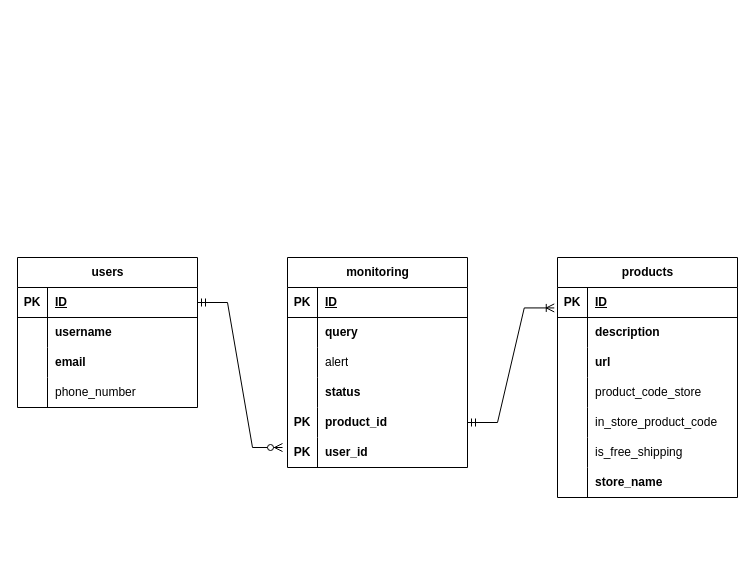
The draw.io diagram requirements/diagrams/database/product_monitoring.drawio in RenatoValentim/product_monitoring, before the edit. Source tidied: cells renumbered, new cells numbered last; positions are measured from the earlier drawing's top-left corner, leaving out a move shared by most shapes. Both pictures are drawn from the tidied source at 100%, with x=0, y=0 at pixel (17, 257).
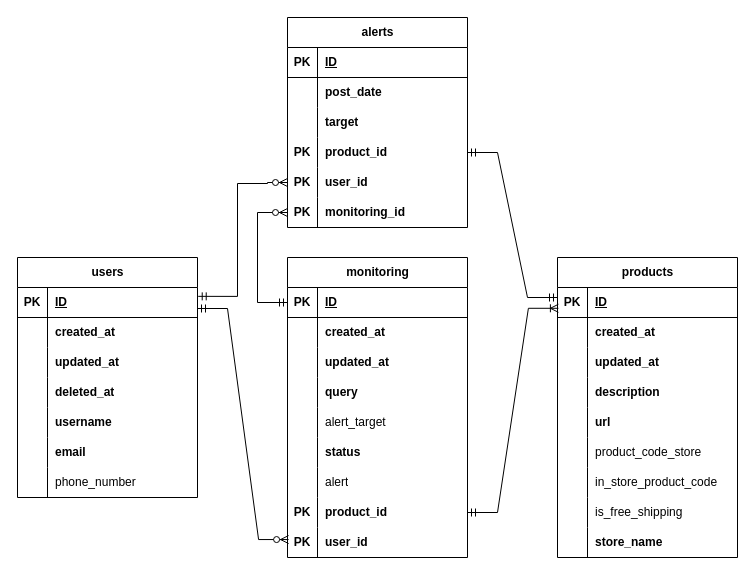
The same diagram, later.

Commit message:
docs: update database diagrams

The change refers to these unchanged cells:
```xml
<mxCell id="3" style="shape=tableRow;horizontal=0;startSize=0;swimlaneHead=0;swimlaneBody=0;fillColor=none;points=[[0,0.5],[1,0.5]];portConstraint=eastwest;top=0;left=0;right=0;bottom=1;" parent="2" vertex="1">
  <mxGeometry y="30" width="180" height="30" as="geometry" />
</mxCell>
<mxCell id="6" style="shape=tableRow;horizontal=0;startSize=0;swimlaneHead=0;swimlaneBody=0;fillColor=none;top=0;left=0;right=0;bottom=0;" parent="2" vertex="1">
  <mxGeometry y="60" width="180" height="30" as="geometry" />
</mxCell>
<mxCell id="16" style="shape=tableRow;horizontal=0;startSize=0;swimlaneHead=0;swimlaneBody=0;fillColor=none;points=[[0,0.5],[1,0.5]];portConstraint=eastwest;top=0;left=0;right=0;bottom=1;" parent="15" vertex="1">
  <mxGeometry y="30" width="180" height="30" as="geometry" />
</mxCell>
<mxCell id="19" style="shape=tableRow;horizontal=0;startSize=0;swimlaneHead=0;swimlaneBody=0;fillColor=none;top=0;left=0;right=0;bottom=0;" parent="15" vertex="1">
  <mxGeometry y="60" width="180" height="30" as="geometry" />
</mxCell>
<mxCell id="36" style="shape=tableRow;horizontal=0;startSize=0;swimlaneHead=0;swimlaneBody=0;fillColor=none;points=[[0,0.5],[1,0.5]];portConstraint=eastwest;top=0;left=0;right=0;bottom=1;" parent="35" vertex="1">
  <mxGeometry y="30" width="180" height="30" as="geometry" />
</mxCell>
<mxCell id="39" style="shape=tableRow;horizontal=0;startSize=0;swimlaneHead=0;swimlaneBody=0;fillColor=none;top=0;left=0;right=0;bottom=0;" parent="35" vertex="1">
  <mxGeometry y="60" width="180" height="30" as="geometry" />
</mxCell>
```

Change to the diagram source:
```diff
@@
     <mxCell id="2" value="users" style="shape=table;startSize=30;childLayout=tableLayout;rowLines=0;fontStyle=1;align=center;html=1;" parent="1" vertex="1">
-      <mxGeometry width="180" height="150" as="geometry" />
+      <mxGeometry width="180" height="240" as="geometry" />
     </mxCell>
@@
-    <mxCell id="8" value="username" style="shape=partialRectangle;fillColor=none;top=0;left=0;bottom=0;right=0;align=left;spacingLeft=6;overflow=hidden;whiteSpace=wrap;html=1;fontStyle=1;" parent="6" vertex="1">
+    <mxCell id="8" value="created_at" style="shape=partialRectangle;fillColor=none;top=0;left=0;bottom=0;right=0;align=left;spacingLeft=6;overflow=hidden;whiteSpace=wrap;html=1;fontStyle=1;" parent="6" vertex="1">
       <mxGeometry x="30" width="150" height="30" as="geometry" />
     </mxCell>
+    <mxCell id="58" style="shape=tableRow;horizontal=0;startSize=0;swimlaneHead=0;swimlaneBody=0;fillColor=none;top=0;left=0;right=0;bottom=0;" parent="2" vertex="1">
+      <mxGeometry y="90" width="180" height="30" as="geometry" />
+    </mxCell>
+    <mxCell id="59" style="shape=partialRectangle;fillColor=none;top=0;left=0;bottom=0;right=0;overflow=hidden;whiteSpace=wrap;html=1;" parent="58" vertex="1">
+      <mxGeometry width="30" height="30" as="geometry" />
+    </mxCell>
+    <mxCell id="60" value="updated_at" style="shape=partialRectangle;fillColor=none;top=0;left=0;bottom=0;right=0;align=left;spacingLeft=6;overflow=hidden;whiteSpace=wrap;html=1;fontStyle=1;" parent="58" vertex="1">
+      <mxGeometry x="30" width="150" height="30" as="geometry" />
+    </mxCell>
+    <mxCell id="61" style="shape=tableRow;horizontal=0;startSize=0;swimlaneHead=0;swimlaneBody=0;fillColor=none;top=0;left=0;right=0;bottom=0;" parent="2" vertex="1">
+      <mxGeometry y="120" width="180" height="30" as="geometry" />
+    </mxCell>
+    <mxCell id="62" style="shape=partialRectangle;fillColor=none;top=0;left=0;bottom=0;right=0;overflow=hidden;whiteSpace=wrap;html=1;" parent="61" vertex="1">
+      <mxGeometry width="30" height="30" as="geometry" />
+    </mxCell>
+    <mxCell id="63" value="deleted_at" style="shape=partialRectangle;fillColor=none;top=0;left=0;bottom=0;right=0;align=left;spacingLeft=6;overflow=hidden;whiteSpace=wrap;html=1;fontStyle=1;" parent="61" vertex="1">
+      <mxGeometry x="30" width="150" height="30" as="geometry" />
+    </mxCell>
+    <mxCell id="64" style="shape=tableRow;horizontal=0;startSize=0;swimlaneHead=0;swimlaneBody=0;fillColor=none;top=0;left=0;right=0;bottom=0;" parent="2" vertex="1">
+      <mxGeometry y="150" width="180" height="30" as="geometry" />
+    </mxCell>
+    <mxCell id="65" style="shape=partialRectangle;fillColor=none;top=0;left=0;bottom=0;right=0;overflow=hidden;whiteSpace=wrap;html=1;" parent="64" vertex="1">
+      <mxGeometry width="30" height="30" as="geometry" />
+    </mxCell>
+    <mxCell id="66" value="username" style="shape=partialRectangle;fillColor=none;top=0;left=0;bottom=0;right=0;align=left;spacingLeft=6;overflow=hidden;whiteSpace=wrap;html=1;fontStyle=1;" parent="64" vertex="1">
+      <mxGeometry x="30" width="150" height="30" as="geometry" />
+    </mxCell>
     <mxCell id="9" style="shape=tableRow;horizontal=0;startSize=0;swimlaneHead=0;swimlaneBody=0;fillColor=none;top=0;left=0;right=0;bottom=0;fontStyle=0;" parent="2" vertex="1">
-      <mxGeometry y="90" width="180" height="30" as="geometry" />
+      <mxGeometry y="180" width="180" height="30" as="geometry" />
     </mxCell>
@@
     <mxCell id="12" style="shape=tableRow;horizontal=0;startSize=0;swimlaneHead=0;swimlaneBody=0;fillColor=none;top=0;left=0;right=0;bottom=0;" parent="2" vertex="1">
-      <mxGeometry y="120" width="180" height="30" as="geometry" />
+      <mxGeometry y="210" width="180" height="30" as="geometry" />
     </mxCell>
@@
     <mxCell id="15" value="monitoring" style="shape=table;startSize=30;childLayout=tableLayout;rowLines=0;fontStyle=1;align=center;html=1;" parent="1" vertex="1">
-      <mxGeometry x="270" width="180" height="210" as="geometry" />
+      <mxGeometry x="270" width="180" height="300" as="geometry" />
     </mxCell>
@@
-    <mxCell id="21" value="query" style="shape=partialRectangle;fillColor=none;top=0;left=0;bottom=0;right=0;align=left;spacingLeft=6;overflow=hidden;whiteSpace=wrap;html=1;fontStyle=1;" parent="19" vertex="1">
+    <mxCell id="21" value="created_at" style="shape=partialRectangle;fillColor=none;top=0;left=0;bottom=0;right=0;align=left;spacingLeft=6;overflow=hidden;whiteSpace=wrap;html=1;fontStyle=1;" parent="19" vertex="1">
       <mxGeometry x="30" width="150" height="30" as="geometry" />
     </mxCell>
+    <mxCell id="67" style="shape=tableRow;horizontal=0;startSize=0;swimlaneHead=0;swimlaneBody=0;fillColor=none;top=0;left=0;right=0;bottom=0;" parent="15" vertex="1">
+      <mxGeometry y="90" width="180" height="30" as="geometry" />
+    </mxCell>
+    <mxCell id="68" style="shape=partialRectangle;fillColor=none;top=0;left=0;bottom=0;right=0;overflow=hidden;whiteSpace=wrap;html=1;" parent="67" vertex="1">
+      <mxGeometry width="30" height="30" as="geometry" />
+    </mxCell>
+    <mxCell id="69" value="updated_at" style="shape=partialRectangle;fillColor=none;top=0;left=0;bottom=0;right=0;align=left;spacingLeft=6;overflow=hidden;whiteSpace=wrap;html=1;fontStyle=1;" parent="67" vertex="1">
+      <mxGeometry x="30" width="150" height="30" as="geometry" />
+    </mxCell>
+    <mxCell id="70" style="shape=tableRow;horizontal=0;startSize=0;swimlaneHead=0;swimlaneBody=0;fillColor=none;top=0;left=0;right=0;bottom=0;" parent="15" vertex="1">
+      <mxGeometry y="120" width="180" height="30" as="geometry" />
+    </mxCell>
+    <mxCell id="71" style="shape=partialRectangle;fillColor=none;top=0;left=0;bottom=0;right=0;overflow=hidden;whiteSpace=wrap;html=1;" parent="70" vertex="1">
+      <mxGeometry width="30" height="30" as="geometry" />
+    </mxCell>
+    <mxCell id="72" value="query" style="shape=partialRectangle;fillColor=none;top=0;left=0;bottom=0;right=0;align=left;spacingLeft=6;overflow=hidden;whiteSpace=wrap;html=1;fontStyle=1;" parent="70" vertex="1">
+      <mxGeometry x="30" width="150" height="30" as="geometry" />
+    </mxCell>
     <mxCell id="22" style="shape=tableRow;horizontal=0;startSize=0;swimlaneHead=0;swimlaneBody=0;fillColor=none;top=0;left=0;right=0;bottom=0;fontStyle=0;" parent="15" vertex="1">
-      <mxGeometry y="90" width="180" height="30" as="geometry" />
+      <mxGeometry y="150" width="180" height="30" as="geometry" />
     </mxCell>
@@
-    <mxCell id="24" value="alert" style="shape=partialRectangle;fillColor=none;top=0;left=0;bottom=0;right=0;align=left;spacingLeft=6;overflow=hidden;whiteSpace=wrap;html=1;fontStyle=0;" parent="22" vertex="1">
+    <mxCell id="24" value="alert_target" style="shape=partialRectangle;fillColor=none;top=0;left=0;bottom=0;right=0;align=left;spacingLeft=6;overflow=hidden;whiteSpace=wrap;html=1;fontStyle=0;" parent="22" vertex="1">
       <mxGeometry x="30" width="150" height="30" as="geometry" />
     </mxCell>
     <mxCell id="25" style="shape=tableRow;horizontal=0;startSize=0;swimlaneHead=0;swimlaneBody=0;fillColor=none;top=0;left=0;right=0;bottom=0;" parent="15" vertex="1">
-      <mxGeometry y="120" width="180" height="30" as="geometry" />
+      <mxGeometry y="180" width="180" height="30" as="geometry" />
     </mxCell>
@@
+    <mxCell id="73" style="shape=tableRow;horizontal=0;startSize=0;swimlaneHead=0;swimlaneBody=0;fillColor=none;top=0;left=0;right=0;bottom=0;" parent="15" vertex="1">
+      <mxGeometry y="210" width="180" height="30" as="geometry" />
+    </mxCell>
+    <mxCell id="74" style="shape=partialRectangle;fillColor=none;top=0;left=0;bottom=0;right=0;overflow=hidden;whiteSpace=wrap;html=1;" parent="73" vertex="1">
+      <mxGeometry width="30" height="30" as="geometry" />
+    </mxCell>
+    <mxCell id="75" value="&lt;span&gt;alert&lt;/span&gt;" style="shape=partialRectangle;fillColor=none;top=0;left=0;bottom=0;right=0;align=left;spacingLeft=6;overflow=hidden;whiteSpace=wrap;html=1;fontStyle=0;" parent="73" vertex="1">
+      <mxGeometry x="30" width="150" height="30" as="geometry" />
+    </mxCell>
     <mxCell id="28" style="shape=tableRow;horizontal=0;startSize=0;swimlaneHead=0;swimlaneBody=0;fillColor=none;points=[[0,0.5],[1,0.5]];portConstraint=eastwest;top=0;left=0;right=0;bottom=0;" parent="15" vertex="1">
-      <mxGeometry y="150" width="180" height="30" as="geometry" />
+      <mxGeometry y="240" width="180" height="30" as="geometry" />
     </mxCell>
@@
     <mxCell id="31" style="shape=tableRow;horizontal=0;startSize=0;swimlaneHead=0;swimlaneBody=0;fillColor=none;points=[[0,0.5],[1,0.5]];portConstraint=eastwest;top=0;left=0;right=0;bottom=0;" parent="15" vertex="1">
-      <mxGeometry y="180" width="180" height="30" as="geometry" />
+      <mxGeometry y="270" width="180" height="30" as="geometry" />
     </mxCell>
@@
-    <mxCell id="34" style="edgeStyle=entityRelationEdgeStyle;fontSize=12;html=1;endArrow=ERzeroToMany;startArrow=ERmandOne;rounded=0;exitX=1;exitY=0.5;exitDx=0;exitDy=0;" parent="1" edge="1" source="3">
+    <mxCell id="34" style="edgeStyle=entityRelationEdgeStyle;fontSize=12;html=1;endArrow=ERzeroToMany;startArrow=ERmandOne;rounded=0;entryX=0.006;entryY=0.402;entryDx=0;entryDy=0;entryPerimeter=0;" parent="1" edge="1" target="31">
       <mxGeometry relative="1" as="geometry">
-        <mxPoint x="265" y="190" as="targetPoint" />
+        <mxPoint x="180" y="51" as="sourcePoint" />
       </mxGeometry>
     </mxCell>
     <mxCell id="35" value="products" style="shape=table;startSize=30;childLayout=tableLayout;rowLines=0;fontStyle=1;align=center;html=1;" parent="1" vertex="1">
-      <mxGeometry x="540" width="180" height="240" as="geometry" />
+      <mxGeometry x="540" width="180" height="300" as="geometry" />
     </mxCell>
@@
-    <mxCell id="41" value="description" style="shape=partialRectangle;fillColor=none;top=0;left=0;bottom=0;right=0;align=left;spacingLeft=6;overflow=hidden;whiteSpace=wrap;html=1;fontStyle=1;" parent="39" vertex="1">
+    <mxCell id="41" value="created_at" style="shape=partialRectangle;fillColor=none;top=0;left=0;bottom=0;right=0;align=left;spacingLeft=6;overflow=hidden;whiteSpace=wrap;html=1;fontStyle=1;" parent="39" vertex="1">
       <mxGeometry x="30" width="150" height="30" as="geometry" />
     </mxCell>
+    <mxCell id="76" style="shape=tableRow;horizontal=0;startSize=0;swimlaneHead=0;swimlaneBody=0;fillColor=none;top=0;left=0;right=0;bottom=0;" parent="35" vertex="1">
+      <mxGeometry y="90" width="180" height="30" as="geometry" />
+    </mxCell>
+    <mxCell id="77" style="shape=partialRectangle;fillColor=none;top=0;left=0;bottom=0;right=0;overflow=hidden;whiteSpace=wrap;html=1;" parent="76" vertex="1">
+      <mxGeometry width="30" height="30" as="geometry" />
+    </mxCell>
+    <mxCell id="78" value="updated_at" style="shape=partialRectangle;fillColor=none;top=0;left=0;bottom=0;right=0;align=left;spacingLeft=6;overflow=hidden;whiteSpace=wrap;html=1;fontStyle=1;" parent="76" vertex="1">
+      <mxGeometry x="30" width="150" height="30" as="geometry" />
+    </mxCell>
+    <mxCell id="79" style="shape=tableRow;horizontal=0;startSize=0;swimlaneHead=0;swimlaneBody=0;fillColor=none;top=0;left=0;right=0;bottom=0;" parent="35" vertex="1">
+      <mxGeometry y="120" width="180" height="30" as="geometry" />
+    </mxCell>
+    <mxCell id="80" style="shape=partialRectangle;fillColor=none;top=0;left=0;bottom=0;right=0;overflow=hidden;whiteSpace=wrap;html=1;" parent="79" vertex="1">
+      <mxGeometry width="30" height="30" as="geometry" />
+    </mxCell>
+    <mxCell id="81" value="description" style="shape=partialRectangle;fillColor=none;top=0;left=0;bottom=0;right=0;align=left;spacingLeft=6;overflow=hidden;whiteSpace=wrap;html=1;fontStyle=1;" parent="79" vertex="1">
+      <mxGeometry x="30" width="150" height="30" as="geometry" />
+    </mxCell>
     <mxCell id="42" style="shape=tableRow;horizontal=0;startSize=0;swimlaneHead=0;swimlaneBody=0;fillColor=none;top=0;left=0;right=0;bottom=0;fontStyle=0;" parent="35" vertex="1">
-      <mxGeometry y="90" width="180" height="30" as="geometry" />
+      <mxGeometry y="150" width="180" height="30" as="geometry" />
     </mxCell>
@@
     <mxCell id="45" style="shape=tableRow;horizontal=0;startSize=0;swimlaneHead=0;swimlaneBody=0;fillColor=none;top=0;left=0;right=0;bottom=0;" parent="35" vertex="1">
-      <mxGeometry y="120" width="180" height="30" as="geometry" />
+      <mxGeometry y="180" width="180" height="30" as="geometry" />
     </mxCell>
@@
     <mxCell id="48" style="shape=tableRow;horizontal=0;startSize=0;swimlaneHead=0;swimlaneBody=0;fillColor=none;top=0;left=0;right=0;bottom=0;" parent="35" vertex="1">
-      <mxGeometry y="150" width="180" height="30" as="geometry" />
+      <mxGeometry y="210" width="180" height="30" as="geometry" />
     </mxCell>
@@
     <mxCell id="51" style="shape=tableRow;horizontal=0;startSize=0;swimlaneHead=0;swimlaneBody=0;fillColor=none;top=0;left=0;right=0;bottom=0;" parent="35" vertex="1">
-      <mxGeometry y="180" width="180" height="30" as="geometry" />
+      <mxGeometry y="240" width="180" height="30" as="geometry" />
     </mxCell>
@@
     <mxCell id="54" style="shape=tableRow;horizontal=0;startSize=0;swimlaneHead=0;swimlaneBody=0;fillColor=none;top=0;left=0;right=0;bottom=0;" parent="35" vertex="1">
-      <mxGeometry y="210" width="180" height="30" as="geometry" />
+      <mxGeometry y="270" width="180" height="30" as="geometry" />
     </mxCell>
@@
-    <mxCell id="57" style="edgeStyle=entityRelationEdgeStyle;fontSize=12;html=1;endArrow=ERoneToMany;startArrow=ERmandOne;rounded=0;entryX=-0.018;entryY=0.681;entryDx=0;entryDy=0;entryPerimeter=0;exitX=1;exitY=0.5;exitDx=0;exitDy=0;" parent="1" edge="1" source="28" target="36">
+    <mxCell id="57" style="edgeStyle=entityRelationEdgeStyle;fontSize=12;html=1;endArrow=ERoneToMany;startArrow=ERmandOne;rounded=0;exitX=1;exitY=0.5;exitDx=0;exitDy=0;entryX=0.005;entryY=0.693;entryDx=0;entryDy=0;entryPerimeter=0;" parent="1" edge="1" source="28" target="36">
       <mxGeometry relative="1" as="geometry" />
     </mxCell>
+    <mxCell id="82" value="alerts" style="shape=table;startSize=30;childLayout=tableLayout;rowLines=0;fontStyle=1;align=center;html=1;" parent="1" vertex="1">
+      <mxGeometry x="270" y="-240" width="180" height="210" as="geometry" />
+    </mxCell>
+    <mxCell id="83" style="shape=tableRow;horizontal=0;startSize=0;swimlaneHead=0;swimlaneBody=0;fillColor=none;top=0;left=0;right=0;bottom=1;" parent="82" vertex="1">
+      <mxGeometry y="30" width="180" height="30" as="geometry" />
+    </mxCell>
+    <mxCell id="84" value="PK" style="shape=partialRectangle;fillColor=none;top=0;left=0;bottom=0;right=0;fontStyle=1;overflow=hidden;whiteSpace=wrap;html=1;" parent="83" vertex="1">
+      <mxGeometry width="30" height="30" as="geometry" />
+    </mxCell>
+    <mxCell id="85" value="ID" style="shape=partialRectangle;fillColor=none;top=0;left=0;bottom=0;right=0;align=left;spacingLeft=6;fontStyle=5;overflow=hidden;whiteSpace=wrap;html=1;" parent="83" vertex="1">
+      <mxGeometry x="30" width="150" height="30" as="geometry" />
+    </mxCell>
+    <mxCell id="86" style="shape=tableRow;horizontal=0;startSize=0;swimlaneHead=0;swimlaneBody=0;fillColor=none;top=0;left=0;right=0;bottom=0;" parent="82" vertex="1">
+      <mxGeometry y="60" width="180" height="30" as="geometry" />
+    </mxCell>
+    <mxCell id="87" style="shape=partialRectangle;fillColor=none;top=0;left=0;bottom=0;right=0;overflow=hidden;whiteSpace=wrap;html=1;fontStyle=1;" parent="86" vertex="1">
+      <mxGeometry width="30" height="30" as="geometry" />
+    </mxCell>
+    <mxCell id="88" value="&lt;b&gt;post_date&lt;/b&gt;" style="shape=partialRectangle;fillColor=none;top=0;left=0;bottom=0;right=0;align=left;spacingLeft=6;overflow=hidden;whiteSpace=wrap;html=1;" parent="86" vertex="1">
+      <mxGeometry x="30" width="150" height="30" as="geometry" />
+    </mxCell>
+    <mxCell id="89" style="shape=tableRow;horizontal=0;startSize=0;swimlaneHead=0;swimlaneBody=0;fillColor=none;top=0;left=0;right=0;bottom=0;" parent="82" vertex="1">
+      <mxGeometry y="90" width="180" height="30" as="geometry" />
+    </mxCell>
+    <mxCell id="90" style="shape=partialRectangle;fillColor=none;top=0;left=0;bottom=0;right=0;overflow=hidden;whiteSpace=wrap;html=1;fontStyle=1;" parent="89" vertex="1">
+      <mxGeometry width="30" height="30" as="geometry" />
+    </mxCell>
+    <mxCell id="91" value="&lt;b&gt;target&lt;/b&gt;" style="shape=partialRectangle;fillColor=none;top=0;left=0;bottom=0;right=0;align=left;spacingLeft=6;overflow=hidden;whiteSpace=wrap;html=1;" parent="89" vertex="1">
+      <mxGeometry x="30" width="150" height="30" as="geometry" />
+    </mxCell>
+    <mxCell id="92" style="shape=tableRow;horizontal=0;startSize=0;swimlaneHead=0;swimlaneBody=0;fillColor=none;points=[[0,0.5],[1,0.5]];portConstraint=eastwest;top=0;left=0;right=0;bottom=0;" parent="82" vertex="1">
+      <mxGeometry y="120" width="180" height="30" as="geometry" />
+    </mxCell>
+    <mxCell id="93" value="PK" style="shape=partialRectangle;fillColor=none;top=0;left=0;bottom=0;right=0;overflow=hidden;whiteSpace=wrap;html=1;fontStyle=1;" parent="92" vertex="1">
+      <mxGeometry width="30" height="30" as="geometry" />
+    </mxCell>
+    <mxCell id="94" value="&lt;b&gt;product_id&lt;/b&gt;" style="shape=partialRectangle;fillColor=none;top=0;left=0;bottom=0;right=0;align=left;spacingLeft=6;overflow=hidden;whiteSpace=wrap;html=1;" parent="92" vertex="1">
+      <mxGeometry x="30" width="150" height="30" as="geometry" />
+    </mxCell>
+    <mxCell id="95" style="shape=tableRow;horizontal=0;startSize=0;swimlaneHead=0;swimlaneBody=0;fillColor=none;points=[[0,0.5],[1,0.5]];portConstraint=eastwest;top=0;left=0;right=0;bottom=0;" parent="82" vertex="1">
+      <mxGeometry y="150" width="180" height="30" as="geometry" />
+    </mxCell>
+    <mxCell id="96" value="PK" style="shape=partialRectangle;fillColor=none;top=0;left=0;bottom=0;right=0;overflow=hidden;whiteSpace=wrap;html=1;fontStyle=1;" parent="95" vertex="1">
+      <mxGeometry width="30" height="30" as="geometry" />
+    </mxCell>
+    <mxCell id="97" value="&lt;b&gt;user_id&lt;/b&gt;" style="shape=partialRectangle;fillColor=none;top=0;left=0;bottom=0;right=0;align=left;spacingLeft=6;overflow=hidden;whiteSpace=wrap;html=1;" parent="95" vertex="1">
+      <mxGeometry x="30" width="150" height="30" as="geometry" />
+    </mxCell>
+    <mxCell id="98" style="shape=tableRow;horizontal=0;startSize=0;swimlaneHead=0;swimlaneBody=0;fillColor=none;points=[[0,0.5],[1,0.5]];portConstraint=eastwest;top=0;left=0;right=0;bottom=0;" parent="82" vertex="1">
+      <mxGeometry y="180" width="180" height="30" as="geometry" />
+    </mxCell>
+    <mxCell id="99" value="PK" style="shape=partialRectangle;fillColor=none;top=0;left=0;bottom=0;right=0;overflow=hidden;whiteSpace=wrap;html=1;fontStyle=1;" parent="98" vertex="1">
+      <mxGeometry width="30" height="30" as="geometry" />
+    </mxCell>
+    <mxCell id="100" value="&lt;b&gt;monitoring_id&lt;/b&gt;" style="shape=partialRectangle;fillColor=none;top=0;left=0;bottom=0;right=0;align=left;spacingLeft=6;overflow=hidden;whiteSpace=wrap;html=1;" parent="98" vertex="1">
+      <mxGeometry x="30" width="150" height="30" as="geometry" />
+    </mxCell>
+    <mxCell id="101" style="fontSize=12;html=1;endArrow=ERzeroToMany;startArrow=ERmandOne;rounded=0;exitX=1.004;exitY=0.295;exitDx=0;exitDy=0;exitPerimeter=0;edgeStyle=orthogonalEdgeStyle;entryX=0;entryY=0.5;entryDx=0;entryDy=0;" parent="1" edge="1" source="3" target="95">
+      <mxGeometry relative="1" as="geometry">
+        <Array as="points">
+          <mxPoint x="220" y="39" />
+          <mxPoint x="220" y="-74" />
+          <mxPoint x="250" y="-74" />
+          <mxPoint x="270" y="-75" />
+        </Array>
+      </mxGeometry>
+    </mxCell>
+    <mxCell id="102" style="edgeStyle=entityRelationEdgeStyle;fontSize=12;html=1;endArrow=ERmandOne;startArrow=ERmandOne;rounded=0;exitX=1;exitY=0.5;exitDx=0;exitDy=0;" parent="1" edge="1" source="92">
+      <mxGeometry relative="1" as="geometry">
+        <mxPoint x="540" y="40" as="targetPoint" />
+      </mxGeometry>
+    </mxCell>
+    <mxCell id="103" style="edgeStyle=orthogonalEdgeStyle;fontSize=12;html=1;endArrow=ERzeroToMany;startArrow=ERmandOne;rounded=0;entryX=0;entryY=0.5;entryDx=0;entryDy=0;exitX=0;exitY=0.5;exitDx=0;exitDy=0;" parent="1" edge="1" source="16" target="98">
+      <mxGeometry relative="1" as="geometry">
+        <Array as="points">
+          <mxPoint x="240" y="45" />
+          <mxPoint x="240" y="-45" />
+        </Array>
+      </mxGeometry>
+    </mxCell>
```
